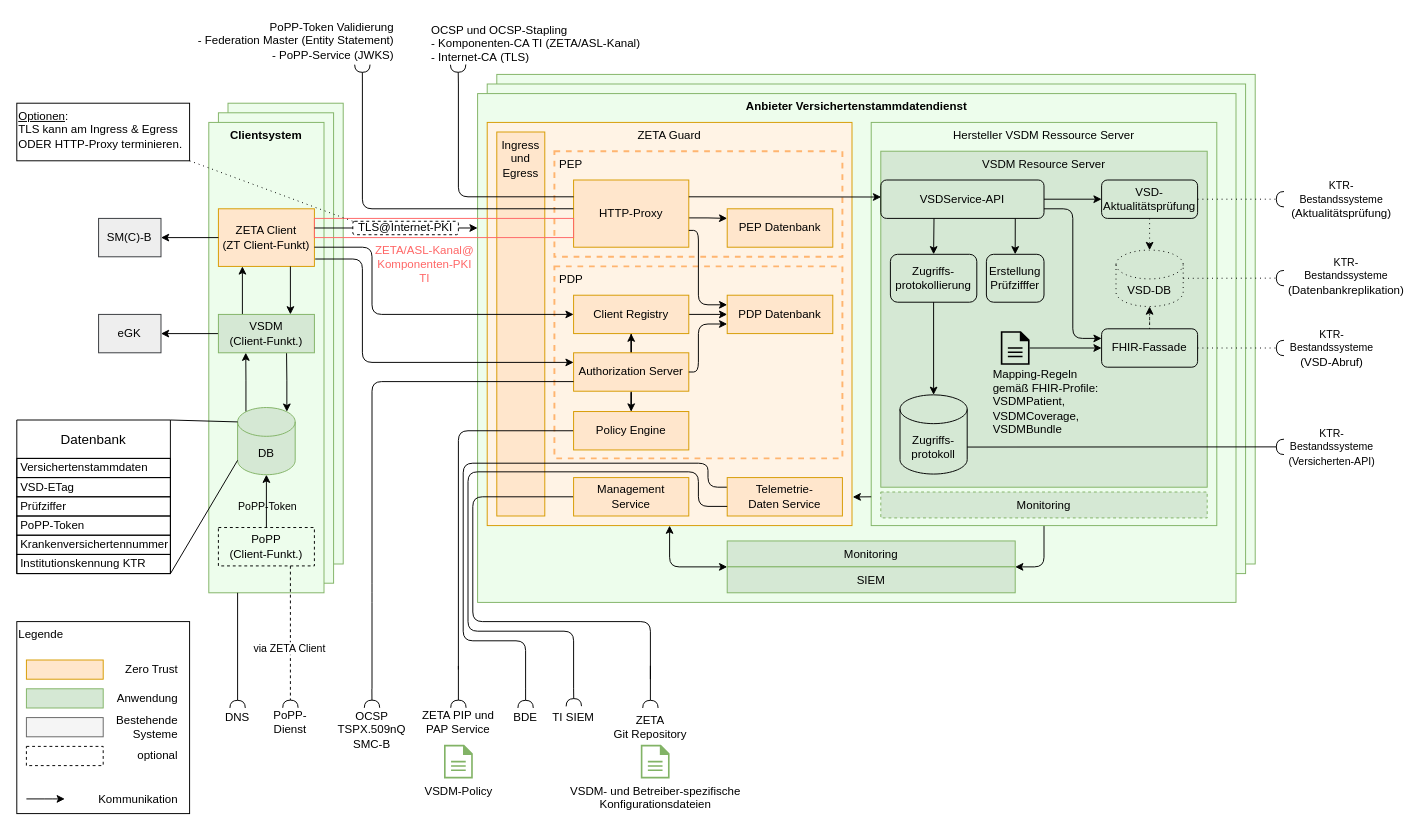
Before: src/drawio/Systemueberblick_VSDM2.drawio in gematik/spec-VSDM2, a draw.io diagram. Source tidied: cells renumbered, new cells numbered last; positions are measured from the earlier drawing's top-left corner, leaving out a move shared by most shapes. Both pictures are drawn from the tidied source at 96%, with x=0, y=0 at pixel (16, 16).
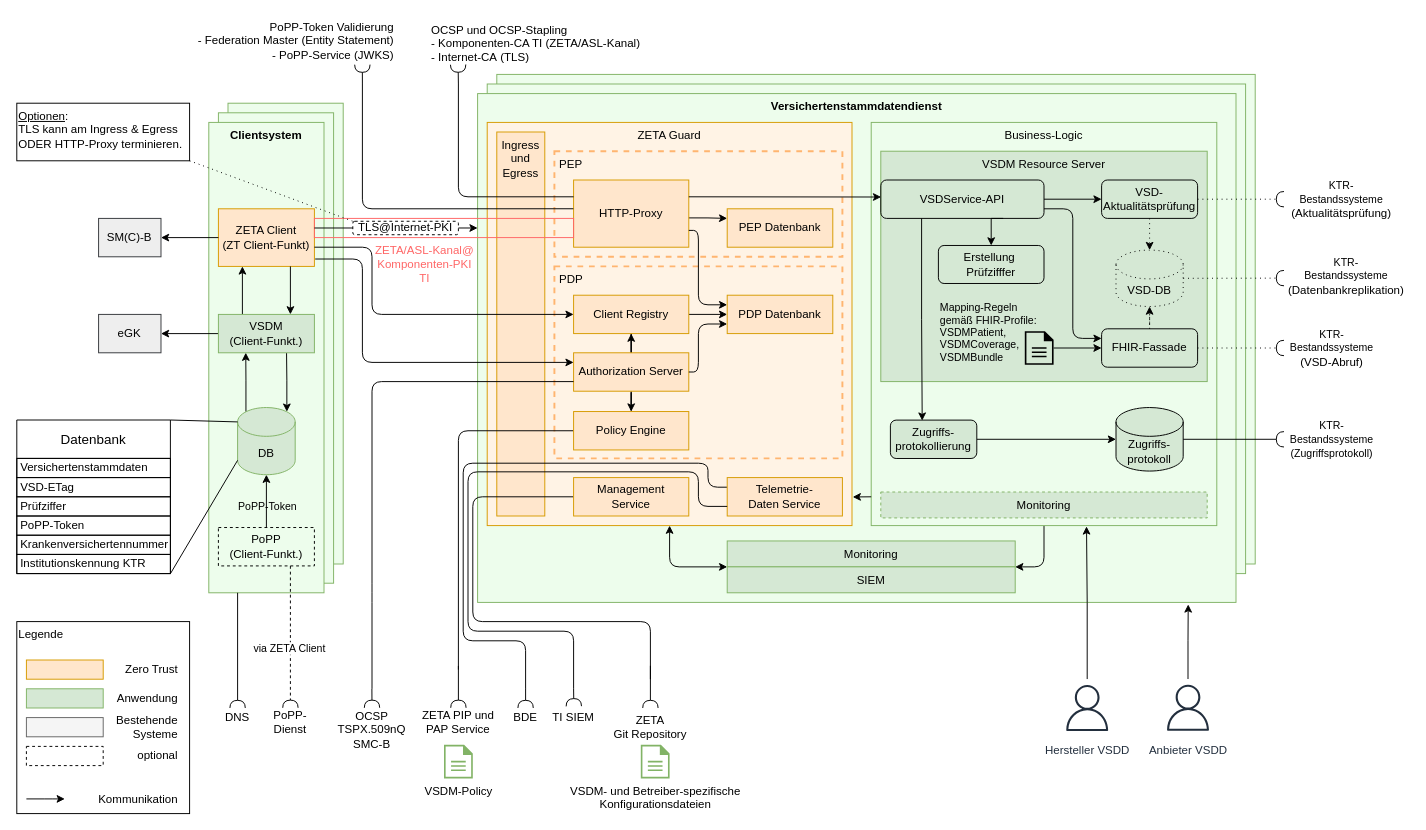
After the change.

Commit message:
change to "Systemueberblick" diagram due to changes for the access protocol requirements

Unchanged cells that the change refers to:
```xml
<mxCell id="125" value="VSDService&lt;span style=&quot;background-color: initial;&quot;&gt;-API&lt;/span&gt;" style="rounded=1;whiteSpace=wrap;html=1;fillColor=none;" parent="1" vertex="1">
  <mxGeometry x="900" y="170" width="170" height="40" as="geometry" />
</mxCell>
```

Diff of the diagram source:
```diff
@@
-    <mxCell id="4" value="&lt;b&gt;Anbieter Versichertenstammdatendienst&lt;/b&gt;" style="rounded=0;whiteSpace=wrap;html=1;fillColor=#edfdec;strokeColor=#82b366;align=center;verticalAlign=top;" parent="1" vertex="1">
+    <mxCell id="4" value="&lt;b&gt;Versichertenstammdatendienst&lt;/b&gt;" style="rounded=0;whiteSpace=wrap;html=1;fillColor=#edfdec;strokeColor=#82b366;align=center;verticalAlign=top;" parent="1" vertex="1">
       <mxGeometry x="480" y="80" width="790" height="530" as="geometry" />
     </mxCell>
@@
-    <mxCell id="6" value="Hersteller VSDM Ressource Server" style="rounded=0;whiteSpace=wrap;html=1;fillColor=#edfdec;strokeColor=#82b366;align=center;verticalAlign=top;" parent="1" vertex="1">
+    <mxCell id="6" value="Business-Logic" style="rounded=0;whiteSpace=wrap;html=1;fillColor=#edfdec;strokeColor=#82b366;align=center;verticalAlign=top;" parent="1" vertex="1">
       <mxGeometry x="890" y="110" width="360" height="420" as="geometry" />
     </mxCell>
@@
     <mxCell id="19" value="&lt;div&gt;VSDM Resource Server&lt;/div&gt;" style="rounded=0;whiteSpace=wrap;html=1;fillColor=#d5e8d4;strokeColor=#82b366;verticalAlign=top;" parent="1" vertex="1">
-      <mxGeometry x="900" y="140" width="340" height="350" as="geometry" />
+      <mxGeometry x="900" y="140" width="340" height="240" as="geometry" />
     </mxCell>
@@
     <mxCell id="60" value="Zugriffs-protokoll" style="shape=cylinder3;whiteSpace=wrap;html=1;boundedLbl=1;backgroundOutline=1;size=15;fillColor=#d5e8d4;strokeColor=#000000;" parent="1" vertex="1">
-      <mxGeometry x="920" y="393.8" width="70" height="82.5" as="geometry" />
+      <mxGeometry x="1145" y="407" width="70" height="66.2" as="geometry" />
     </mxCell>
@@
     <mxCell id="64" style="sketch=0;shadow=0;dashed=0;html=1;strokeColor=none;fillColor=#000000;labelPosition=center;verticalLabelPosition=bottom;verticalAlign=top;outlineConnect=0;align=center;shape=mxgraph.office.concepts.document;labelBackgroundColor=none;" parent="1" vertex="1">
-      <mxGeometry x="1025" y="327.5" width="30" height="35" as="geometry" />
+      <mxGeometry x="1050" y="327.5" width="30" height="35" as="geometry" />
     </mxCell>
-    <mxCell id="65" style="edgeStyle=orthogonalEdgeStyle;rounded=0;jettySize=auto;html=1;exitX=0.5;exitY=1;exitDx=0;exitDy=0;" parent="1" edge="1" source="78" target="60">
+    <mxCell id="65" style="edgeStyle=orthogonalEdgeStyle;rounded=0;jettySize=auto;html=1;exitX=1;exitY=0.5;exitDx=0;exitDy=0;" parent="1" edge="1" source="78" target="60">
       <mxGeometry relative="1" as="geometry" />
     </mxCell>
@@
-    <mxCell id="68" style="rounded=0;jettySize=auto;html=1;endArrow=halfCircle;endFill=0;endSize=6;strokeWidth=1;sketch=0;exitX=1;exitY=0;exitDx=0;exitDy=54.375;exitPerimeter=0;" parent="1" edge="1" source="60">
-      <mxGeometry relative="1" as="geometry">
-        <mxPoint x="1320" y="448" as="targetPoint" />
-      </mxGeometry>
+    <mxCell id="68" style="rounded=0;jettySize=auto;html=1;endArrow=halfCircle;endFill=0;endSize=6;strokeWidth=1;sketch=0;exitX=1;exitY=0.5;exitDx=0;exitDy=0;exitPerimeter=0;entryX=0;entryY=0.5;entryDx=0;entryDy=0;" parent="1" edge="1" source="60" target="69">
+      <mxGeometry relative="1" as="geometry" />
     </mxCell>
-    <mxCell id="69" value="&lt;span style=&quot;color: rgb(0, 0, 0); font-family: Helvetica; font-size: 11px; font-style: normal; font-variant-ligatures: normal; font-variant-caps: normal; font-weight: 400; letter-spacing: normal; orphans: 2; text-align: center; text-indent: 0px; text-transform: none; widows: 2; word-spacing: 0px; -webkit-text-stroke-width: 0px; white-space: nowrap; background-color: rgb(255, 255, 255); text-decoration-thickness: initial; text-decoration-style: initial; text-decoration-color: initial; display: inline !important; float: none;&quot;&gt;KTR-&lt;div style=&quot;font-size: 12px; text-wrap: wrap;&quot;&gt;&lt;span style=&quot;font-size: 11px; text-wrap: nowrap;&quot;&gt;Bestandssysteme&lt;/span&gt;&lt;/div&gt;(Versicherten-API)&lt;/span&gt;" style="text;html=1;align=center;verticalAlign=middle;whiteSpace=wrap;rounded=0;" parent="1" vertex="1">
-      <mxGeometry x="1320" y="423.2" width="100" height="50" as="geometry" />
+    <mxCell id="69" value="&lt;span style=&quot;color: rgb(0, 0, 0); font-family: Helvetica; font-size: 11px; font-style: normal; font-variant-ligatures: normal; font-variant-caps: normal; font-weight: 400; letter-spacing: normal; orphans: 2; text-align: center; text-indent: 0px; text-transform: none; widows: 2; word-spacing: 0px; -webkit-text-stroke-width: 0px; white-space: nowrap; background-color: rgb(255, 255, 255); text-decoration-thickness: initial; text-decoration-style: initial; text-decoration-color: initial; float: none; display: inline !important;&quot;&gt;KTR-&lt;div style=&quot;font-size: 12px; text-wrap: wrap;&quot;&gt;&lt;span style=&quot;font-size: 11px; text-wrap: nowrap;&quot;&gt;Bestandssysteme&lt;/span&gt;&lt;/div&gt;(Zugriffsprotokoll)&lt;/span&gt;" style="text;html=1;align=center;verticalAlign=middle;whiteSpace=wrap;rounded=0;" parent="1" vertex="1">
+      <mxGeometry x="1320" y="415.1" width="100" height="50" as="geometry" />
     </mxCell>
@@
-    <mxCell id="78" value="Zugriffs-protokollierung" style="rounded=1;whiteSpace=wrap;html=1;fillColor=none;" parent="1" vertex="1">
-      <mxGeometry x="910" y="247.4" width="90" height="49.9" as="geometry" />
+    <mxCell id="78" value="Zugriffs-protokollierung" style="rounded=1;whiteSpace=wrap;html=1;fillColor=#D5E8D4;" parent="1" vertex="1">
+      <mxGeometry x="910" y="420.1" width="90" height="40" as="geometry" />
     </mxCell>
-    <mxCell id="79" style="edgeStyle=orthogonalEdgeStyle;rounded=0;jettySize=auto;html=1;entryX=0.5;entryY=0;entryDx=0;entryDy=0;curved=0;exitX=0.326;exitY=1.002;exitDx=0;exitDy=0;exitPerimeter=0;" parent="1" edge="1" source="125" target="78">
+    <mxCell id="79" style="edgeStyle=orthogonalEdgeStyle;rounded=0;jettySize=auto;html=1;entryX=0.368;entryY=0.014;entryDx=0;entryDy=0;curved=0;exitX=0.25;exitY=1;exitDx=0;exitDy=0;entryPerimeter=0;" parent="1" edge="1" source="125" target="78">
       <mxGeometry relative="1" as="geometry" />
     </mxCell>
@@
-    <mxCell id="113" value="Erstellung&lt;div&gt;Prüfzifffer&lt;/div&gt;" style="rounded=1;whiteSpace=wrap;html=1;fillColor=none;" parent="1" vertex="1">
-      <mxGeometry x="1010" y="247.4" width="60" height="49.9" as="geometry" />
+    <mxCell id="113" value="Erstellung&amp;nbsp;&lt;br&gt;&lt;span style=&quot;background-color: transparent; color: light-dark(rgb(0, 0, 0), rgb(255, 255, 255));&quot;&gt;Prüfzifffer&lt;/span&gt;" style="rounded=1;whiteSpace=wrap;html=1;fillColor=none;" parent="1" vertex="1">
+      <mxGeometry x="960" y="238.2" width="110" height="39.6" as="geometry" />
     </mxCell>
-    <mxCell id="114" style="edgeStyle=orthogonalEdgeStyle;rounded=0;jettySize=auto;html=1;startArrow=none;startFill=0;curved=0;entryX=0.5;entryY=0;entryDx=0;entryDy=0;exitX=0.824;exitY=1.002;exitDx=0;exitDy=0;exitPerimeter=0;" parent="1" edge="1" source="125" target="113">
+    <mxCell id="114" style="edgeStyle=orthogonalEdgeStyle;rounded=0;jettySize=auto;html=1;startArrow=none;startFill=0;curved=0;entryX=0.5;entryY=0;entryDx=0;entryDy=0;exitX=0.75;exitY=1;exitDx=0;exitDy=0;" parent="1" edge="1" source="125" target="113">
       <mxGeometry relative="1" as="geometry" />
     </mxCell>
@@
-    <mxCell id="119" value="&lt;span style=&quot;text-wrap-mode: nowrap;&quot;&gt;Mapping-Regeln&amp;nbsp;&lt;/span&gt;&lt;br style=&quot;text-wrap-mode: nowrap;&quot;&gt;&lt;span style=&quot;text-wrap-mode: nowrap;&quot;&gt;gemäß FHIR-Profile:&lt;/span&gt;&lt;br style=&quot;text-wrap-mode: nowrap;&quot;&gt;&lt;span style=&quot;text-wrap-mode: nowrap;&quot;&gt;VSDMPatient,&lt;/span&gt;&lt;div style=&quot;text-wrap-mode: nowrap;&quot;&gt;VSDMCoverage,&lt;/div&gt;&lt;div style=&quot;text-wrap-mode: nowrap;&quot;&gt;VSDMBundle&lt;/div&gt;" style="text;html=1;align=left;verticalAlign=middle;whiteSpace=wrap;rounded=0;" parent="1" vertex="1">
-      <mxGeometry x="1015" y="362.5" width="130" height="77.5" as="geometry" />
+    <mxCell id="119" value="&lt;span style=&quot;text-wrap-mode: nowrap;&quot;&gt;Mapping-Regeln&amp;nbsp;&lt;/span&gt;&lt;br style=&quot;text-wrap-mode: nowrap;&quot;&gt;&lt;span style=&quot;text-wrap-mode: nowrap;&quot;&gt;gemäß FHIR-Profile:&lt;/span&gt;&lt;br style=&quot;text-wrap-mode: nowrap;&quot;&gt;&lt;span style=&quot;text-wrap-mode: nowrap;&quot;&gt;VSDMPatient,&lt;/span&gt;&lt;div style=&quot;text-wrap-mode: nowrap;&quot;&gt;VSDMCoverage,&lt;/div&gt;&lt;div style=&quot;text-wrap-mode: nowrap;&quot;&gt;VSDMBundle&lt;/div&gt;" style="text;html=1;align=left;verticalAlign=middle;whiteSpace=wrap;rounded=0;fontSize=11;" parent="1" vertex="1">
+      <mxGeometry x="960" y="290" width="100" height="77.5" as="geometry" />
     </mxCell>
@@
+    <mxCell id="132" style="edgeStyle=orthogonalEdgeStyle;rounded=0;jettySize=auto;html=1;entryX=0.623;entryY=1.002;entryDx=0;entryDy=0;entryPerimeter=0;" parent="1" edge="1" source="133" target="6">
+      <mxGeometry relative="1" as="geometry" />
+    </mxCell>
+    <mxCell id="133" value="Hersteller VSDD" style="sketch=0;outlineConnect=0;fontColor=#232F3E;gradientColor=none;strokeColor=#232F3E;fillColor=#ffffff;dashed=0;verticalLabelPosition=bottom;verticalAlign=top;align=center;html=1;fontSize=12;fontStyle=0;shape=mxgraph.aws4.resourceIcon;resIcon=mxgraph.aws4.user;" parent="1" vertex="1">
+      <mxGeometry x="1085" y="690" width="60" height="60" as="geometry" />
+    </mxCell>
+    <mxCell id="134" style="edgeStyle=orthogonalEdgeStyle;rounded=0;jettySize=auto;html=1;entryX=0.937;entryY=1.004;entryDx=0;entryDy=0;entryPerimeter=0;" parent="1" edge="1" source="135" target="4">
+      <mxGeometry relative="1" as="geometry" />
+    </mxCell>
+    <mxCell id="135" value="Anbieter VSDD" style="sketch=0;outlineConnect=0;fontColor=#232F3E;gradientColor=none;strokeColor=#232F3E;fillColor=#ffffff;dashed=0;verticalLabelPosition=bottom;verticalAlign=top;align=center;html=1;fontSize=12;fontStyle=0;shape=mxgraph.aws4.resourceIcon;resIcon=mxgraph.aws4.user;" parent="1" vertex="1">
+      <mxGeometry x="1190" y="689.8" width="60" height="60" as="geometry" />
+    </mxCell>
```
